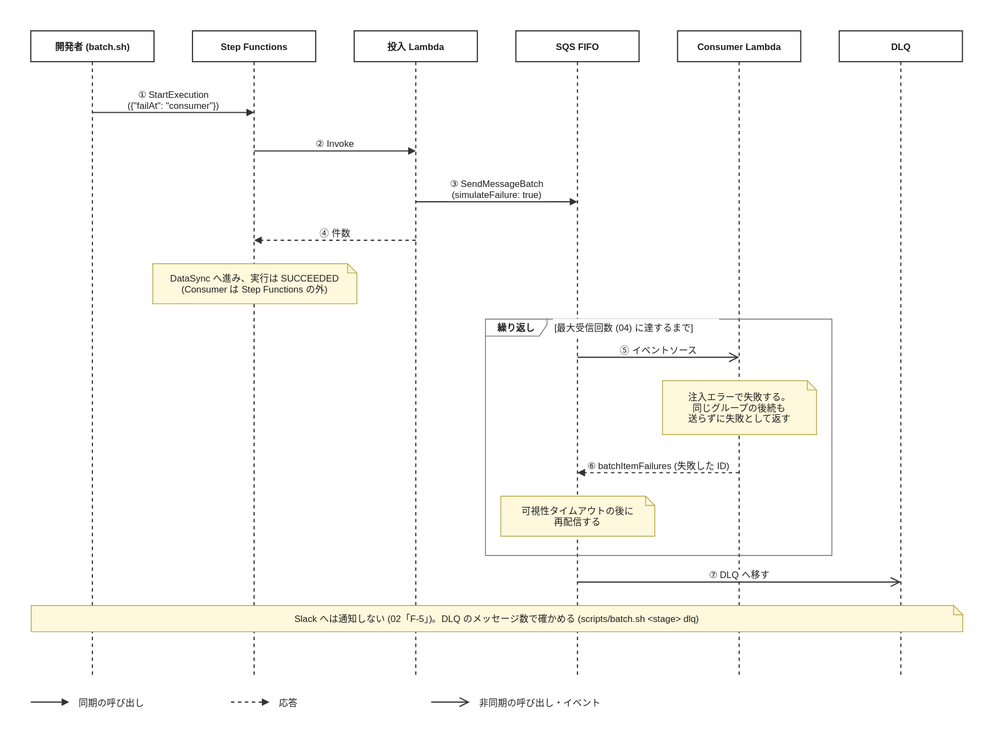
kojikawazu/serverless-practice-app keeps this draw.io diagram as docs/images/sequences/fail-consumer.drawio.svg. Above is the earlier version. Source tidied: cells renumbered, new cells last; positions are measured from the earlier drawing's top-left corner, leaving out a move shared by most shapes.
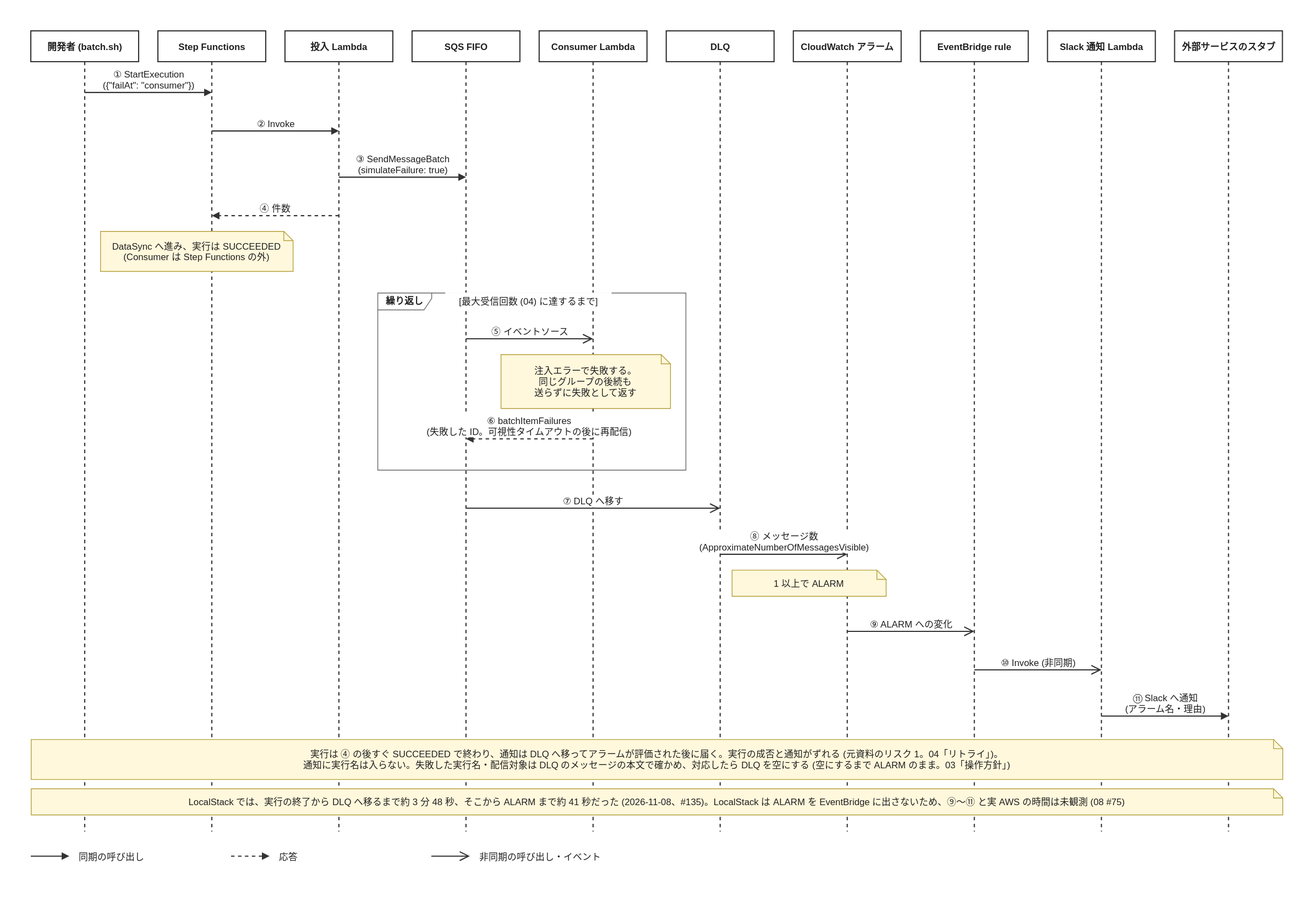
The same diagram one commit later.

What changed in the source:
```diff
@@ -3,91 +3,118 @@
     <mxCell id="0" />
     <mxCell id="1" parent="0" />
     <mxCell id="2" style="rounded=0;html=0;fillColor=none;strokeColor=none;" parent="1" vertex="1">
-      <mxGeometry width="1290" height="964" as="geometry" />
+      <mxGeometry width="1705" height="1164" as="geometry" />
     </mxCell>
     <mxCell id="3" value="開発者 (batch.sh)" style="shape=umlLifeline;perimeter=lifelinePerimeter;outlineConnect=0;portConstraint=eastwest;html=0;size=40;fillColor=#FFFFFF;strokeColor=#333333;strokeWidth=1.5;fontSize=12;fontColor=#1F1F1F;fontStyle=1;" parent="1" vertex="1">
-      <mxGeometry x="40" y="40" width="160" height="840" as="geometry" />
+      <mxGeometry x="40" y="40" width="140" height="1040" as="geometry" />
     </mxCell>
     <mxCell id="4" value="Step Functions" style="shape=umlLifeline;perimeter=lifelinePerimeter;outlineConnect=0;portConstraint=eastwest;html=0;size=40;fillColor=#FFFFFF;strokeColor=#333333;strokeWidth=1.5;fontSize=12;fontColor=#1F1F1F;fontStyle=1;" parent="1" vertex="1">
-      <mxGeometry x="250" y="40" width="160" height="840" as="geometry" />
+      <mxGeometry x="205" y="40" width="140" height="1040" as="geometry" />
     </mxCell>
     <mxCell id="5" value="投入 Lambda" style="shape=umlLifeline;perimeter=lifelinePerimeter;outlineConnect=0;portConstraint=eastwest;html=0;size=40;fillColor=#FFFFFF;strokeColor=#333333;strokeWidth=1.5;fontSize=12;fontColor=#1F1F1F;fontStyle=1;" parent="1" vertex="1">
-      <mxGeometry x="460" y="40" width="160" height="840" as="geometry" />
+      <mxGeometry x="370" y="40" width="140" height="1040" as="geometry" />
     </mxCell>
     <mxCell id="6" value="SQS FIFO" style="shape=umlLifeline;perimeter=lifelinePerimeter;outlineConnect=0;portConstraint=eastwest;html=0;size=40;fillColor=#FFFFFF;strokeColor=#333333;strokeWidth=1.5;fontSize=12;fontColor=#1F1F1F;fontStyle=1;" parent="1" vertex="1">
-      <mxGeometry x="670" y="40" width="160" height="840" as="geometry" />
+      <mxGeometry x="535" y="40" width="140" height="1040" as="geometry" />
     </mxCell>
     <mxCell id="7" value="Consumer Lambda" style="shape=umlLifeline;perimeter=lifelinePerimeter;outlineConnect=0;portConstraint=eastwest;html=0;size=40;fillColor=#FFFFFF;strokeColor=#333333;strokeWidth=1.5;fontSize=12;fontColor=#1F1F1F;fontStyle=1;" parent="1" vertex="1">
-      <mxGeometry x="880" y="40" width="160" height="840" as="geometry" />
+      <mxGeometry x="700" y="40" width="140" height="1040" as="geometry" />
     </mxCell>
     <mxCell id="8" value="DLQ" style="shape=umlLifeline;perimeter=lifelinePerimeter;outlineConnect=0;portConstraint=eastwest;html=0;size=40;fillColor=#FFFFFF;strokeColor=#333333;strokeWidth=1.5;fontSize=12;fontColor=#1F1F1F;fontStyle=1;" parent="1" vertex="1">
-      <mxGeometry x="1090" y="40" width="160" height="840" as="geometry" />
+      <mxGeometry x="865" y="40" width="140" height="1040" as="geometry" />
     </mxCell>
-    <mxCell id="9" value="繰り返し" style="shape=umlFrame;html=0;width=80;height=22;fillColor=none;strokeColor=#666666;strokeWidth=1;fontSize=12;fontColor=#1F1F1F;fontStyle=1;" parent="1" vertex="1">
-      <mxGeometry x="630" y="414" width="450" height="307" as="geometry" />
-    </mxCell>
-    <mxCell id="10" value="[最大受信回数 (04) に達するまで]" style="text;html=0;align=left;verticalAlign=middle;fontSize=12;fontColor=#1F1F1F;fillColor=#FFFFFF;" parent="1" vertex="1">
-      <mxGeometry x="718" y="414" width="216" height="22" as="geometry" />
-    </mxCell>
+    <mxCell id="28" value="CloudWatch アラーム" style="shape=umlLifeline;perimeter=lifelinePerimeter;outlineConnect=0;portConstraint=eastwest;html=0;size=40;fillColor=#FFFFFF;strokeColor=#333333;strokeWidth=1.5;fontSize=12;fontColor=#1F1F1F;fontStyle=1;" parent="1" vertex="1">
+      <mxGeometry x="1030" y="40" width="140" height="1040" as="geometry" />
+    </mxCell>
+    <mxCell id="29" value="EventBridge rule" style="shape=umlLifeline;perimeter=lifelinePerimeter;outlineConnect=0;portConstraint=eastwest;html=0;size=40;fillColor=#FFFFFF;strokeColor=#333333;strokeWidth=1.5;fontSize=12;fontColor=#1F1F1F;fontStyle=1;" parent="1" vertex="1">
+      <mxGeometry x="1195" y="40" width="140" height="1040" as="geometry" />
+    </mxCell>
+    <mxCell id="30" value="Slack 通知 Lambda" style="shape=umlLifeline;perimeter=lifelinePerimeter;outlineConnect=0;portConstraint=eastwest;html=0;size=40;fillColor=#FFFFFF;strokeColor=#333333;strokeWidth=1.5;fontSize=12;fontColor=#1F1F1F;fontStyle=1;" parent="1" vertex="1">
+      <mxGeometry x="1360" y="40" width="140" height="1040" as="geometry" />
+    </mxCell>
+    <mxCell id="31" value="外部サービスのスタブ" style="shape=umlLifeline;perimeter=lifelinePerimeter;outlineConnect=0;portConstraint=eastwest;html=0;size=40;fillColor=#FFFFFF;strokeColor=#333333;strokeWidth=1.5;fontSize=12;fontColor=#1F1F1F;fontStyle=1;" parent="1" vertex="1">
+      <mxGeometry x="1525" y="40" width="140" height="1040" as="geometry" />
+    </mxCell>
-    <mxCell id="11" value="① StartExecution&#10;({&quot;failAt&quot;: &quot;consumer&quot;})" style="html=0;rounded=0;strokeColor=#333333;strokeWidth=1.5;fontSize=12;fontColor=#1F1F1F;verticalAlign=bottom;labelBackgroundColor=#FFFFFF;endArrow=block;endFill=1;exitX=0.5;exitY=0.1262;exitPerimeter=0;entryX=0.5;entryY=0.1262;entryPerimeter=0;" parent="1" edge="1" source="3" target="4">
+    <mxCell id="11" value="① StartExecution&#10;({&quot;failAt&quot;: &quot;consumer&quot;})" style="html=0;rounded=0;strokeColor=#333333;strokeWidth=1.5;fontSize=12;fontColor=#1F1F1F;verticalAlign=bottom;labelBackgroundColor=#FFFFFF;endArrow=block;endFill=1;exitX=0.5;exitY=0.0769;exitPerimeter=0;entryX=0.5;entryY=0.0769;entryPerimeter=0;" parent="1" edge="1" source="3" target="4">
       <mxGeometry relative="1" as="geometry" />
     </mxCell>
-    <mxCell id="12" value="② Invoke" style="html=0;rounded=0;strokeColor=#333333;strokeWidth=1.5;fontSize=12;fontColor=#1F1F1F;verticalAlign=bottom;labelBackgroundColor=#FFFFFF;endArrow=block;endFill=1;exitX=0.5;exitY=0.1857;exitPerimeter=0;entryX=0.5;entryY=0.1857;entryPerimeter=0;" parent="1" edge="1" source="4" target="5">
+    <mxCell id="12" value="② Invoke" style="html=0;rounded=0;strokeColor=#333333;strokeWidth=1.5;fontSize=12;fontColor=#1F1F1F;verticalAlign=bottom;labelBackgroundColor=#FFFFFF;endArrow=block;endFill=1;exitX=0.5;exitY=0.125;exitPerimeter=0;entryX=0.5;entryY=0.125;entryPerimeter=0;" parent="1" edge="1" source="4" target="5">
       <mxGeometry relative="1" as="geometry" />
     </mxCell>
-    <mxCell id="13" value="③ SendMessageBatch&#10;(simulateFailure: true)" style="html=0;rounded=0;strokeColor=#333333;strokeWidth=1.5;fontSize=12;fontColor=#1F1F1F;verticalAlign=bottom;labelBackgroundColor=#FFFFFF;endArrow=block;endFill=1;exitX=0.5;exitY=0.2643;exitPerimeter=0;entryX=0.5;entryY=0.2643;entryPerimeter=0;" parent="1" edge="1" source="5" target="6">
+    <mxCell id="13" value="③ SendMessageBatch&#10;(simulateFailure: true)" style="html=0;rounded=0;strokeColor=#333333;strokeWidth=1.5;fontSize=12;fontColor=#1F1F1F;verticalAlign=bottom;labelBackgroundColor=#FFFFFF;endArrow=block;endFill=1;exitX=0.5;exitY=0.1827;exitPerimeter=0;entryX=0.5;entryY=0.1827;entryPerimeter=0;" parent="1" edge="1" source="5" target="6">
       <mxGeometry relative="1" as="geometry" />
     </mxCell>
-    <mxCell id="14" value="④ 件数" style="html=0;rounded=0;strokeColor=#333333;strokeWidth=1.5;fontSize=12;fontColor=#1F1F1F;verticalAlign=bottom;labelBackgroundColor=#FFFFFF;endArrow=block;endFill=1;dashed=1;exitX=0.5;exitY=0.3238;exitPerimeter=0;entryX=0.5;entryY=0.3238;entryPerimeter=0;" parent="1" edge="1" source="5" target="4">
+    <mxCell id="14" value="④ 件数" style="html=0;rounded=0;strokeColor=#333333;strokeWidth=1.5;fontSize=12;fontColor=#1F1F1F;verticalAlign=bottom;labelBackgroundColor=#FFFFFF;endArrow=block;endFill=1;dashed=1;exitX=0.5;exitY=0.2308;exitPerimeter=0;entryX=0.5;entryY=0.2308;entryPerimeter=0;" parent="1" edge="1" source="5" target="4">
       <mxGeometry relative="1" as="geometry" />
     </mxCell>
     <mxCell id="15" value="DataSync へ進み、実行は SUCCEEDED&#10;(Consumer は Step Functions の外)" style="shape=note;size=12;html=0;fillColor=#FFF8DC;strokeColor=#B59F3B;strokeWidth=1;fontSize=12;fontColor=#1F1F1F;align=center;verticalAlign=middle;spacingLeft=8;spacingRight=8;" parent="1" vertex="1">
-      <mxGeometry x="198" y="342" width="265" height="52" as="geometry" />
+      <mxGeometry x="130" y="300" width="250" height="52" as="geometry" />
     </mxCell>
-    <mxCell id="16" value="⑤ イベントソース" style="html=0;rounded=0;strokeColor=#333333;strokeWidth=1.5;fontSize=12;fontColor=#1F1F1F;verticalAlign=bottom;labelBackgroundColor=#FFFFFF;endArrow=open;endFill=0;endSize=10;exitX=0.5;exitY=0.5048;exitPerimeter=0;entryX=0.5;entryY=0.5048;entryPerimeter=0;" parent="1" edge="1" source="6" target="7">
-      <mxGeometry relative="1" as="geometry" />
-    </mxCell>
-    <mxCell id="17" value="注入エラーで失敗する。&#10;同じグループの後続も&#10;送らずに失敗として返す" style="shape=note;size=12;html=0;fillColor=#FFF8DC;strokeColor=#B59F3B;strokeWidth=1;fontSize=12;fontColor=#1F1F1F;align=center;verticalAlign=middle;spacingLeft=8;spacingRight=8;" parent="1" vertex="1">
-      <mxGeometry x="860" y="494" width="200" height="70" as="geometry" />
-    </mxCell>
+    <mxCell id="9" value="繰り返し" style="shape=umlFrame;whiteSpace=wrap;html=0;width=70;height=22;fillColor=none;strokeColor=#666666;strokeWidth=1;fontSize=12;fontColor=#1F1F1F;fontStyle=1;" parent="1" vertex="1">
+      <mxGeometry x="490" y="380" width="400" height="230" as="geometry" />
+    </mxCell>
+    <mxCell id="10" value="[最大受信回数 (04) に達するまで]" style="text;html=0;align=center;verticalAlign=middle;fillColor=#FFFFFF;fontSize=12;fontColor=#1F1F1F;" parent="1" vertex="1">
+      <mxGeometry x="578" y="380" width="216" height="22" as="geometry" />
+    </mxCell>
+    <mxCell id="20" value="⑤ イベントソース" style="html=0;rounded=0;strokeColor=#333333;strokeWidth=1.5;fontSize=12;fontColor=#1F1F1F;verticalAlign=bottom;labelBackgroundColor=#FFFFFF;endArrow=open;endFill=0;endSize=10;exitX=0.5;exitY=0.3846;exitPerimeter=0;entryX=0.5;entryY=0.3846;entryPerimeter=0;" parent="1" edge="1" source="6" target="7">
+      <mxGeometry relative="1" as="geometry" />
+    </mxCell>
+    <mxCell id="19" value="注入エラーで失敗する。&#10;同じグループの後続も&#10;送らずに失敗として返す" style="shape=note;size=12;html=0;fillColor=#FFF8DC;strokeColor=#B59F3B;strokeWidth=1;fontSize=12;fontColor=#1F1F1F;align=center;verticalAlign=middle;spacingLeft=8;spacingRight=8;" parent="1" vertex="1">
+      <mxGeometry x="650" y="460" width="220" height="70" as="geometry" />
+    </mxCell>
-    <mxCell id="18" value="⑥ batchItemFailures (失敗した ID)" style="html=0;rounded=0;strokeColor=#333333;strokeWidth=1.5;fontSize=12;fontColor=#1F1F1F;verticalAlign=bottom;labelBackgroundColor=#FFFFFF;endArrow=block;endFill=1;dashed=1;exitX=0.5;exitY=0.6833;exitPerimeter=0;entryX=0.5;entryY=0.6833;entryPerimeter=0;" parent="1" edge="1" source="7" target="6">
+    <mxCell id="18" value="⑥ batchItemFailures&#10;(失敗した ID。可視性タイムアウトの後に再配信)" style="html=0;rounded=0;strokeColor=#333333;strokeWidth=1.5;fontSize=12;fontColor=#1F1F1F;verticalAlign=bottom;labelBackgroundColor=#FFFFFF;endArrow=block;endFill=1;dashed=1;exitX=0.5;exitY=0.5096;exitPerimeter=0;entryX=0.5;entryY=0.5096;entryPerimeter=0;" parent="1" edge="1" source="7" target="6">
       <mxGeometry relative="1" as="geometry" />
     </mxCell>
-    <mxCell id="19" value="可視性タイムアウトの後に&#10;再配信する" style="shape=note;size=12;html=0;fillColor=#FFF8DC;strokeColor=#B59F3B;strokeWidth=1;fontSize=12;fontColor=#1F1F1F;align=center;verticalAlign=middle;spacingLeft=8;spacingRight=8;" parent="1" vertex="1">
-      <mxGeometry x="650" y="644" width="200" height="52" as="geometry" />
-    </mxCell>
-    <mxCell id="20" value="⑦ DLQ へ移す" style="html=0;rounded=0;strokeColor=#333333;strokeWidth=1.5;fontSize=12;fontColor=#1F1F1F;verticalAlign=bottom;labelBackgroundColor=#FFFFFF;endArrow=open;endFill=0;endSize=10;exitX=0.5;exitY=0.8524;exitPerimeter=0;entryX=0.5;entryY=0.8524;entryPerimeter=0;" parent="1" edge="1" source="6" target="8">
-      <mxGeometry relative="1" as="geometry" />
-    </mxCell>
-    <mxCell id="21" value="Slack へは通知しない (02「F-5」)。DLQ のメッセージ数で確かめる (scripts/batch.sh &lt;stage&gt; dlq)" style="shape=note;size=12;html=0;fillColor=#FFF8DC;strokeColor=#B59F3B;strokeWidth=1;fontSize=12;fontColor=#1F1F1F;align=center;verticalAlign=middle;spacingLeft=8;spacingRight=8;" parent="1" vertex="1">
-      <mxGeometry x="40" y="786" width="1210" height="34" as="geometry" />
-    </mxCell>
+    <mxCell id="32" value="⑦ DLQ へ移す" style="html=0;rounded=0;strokeColor=#333333;strokeWidth=1.5;fontSize=12;fontColor=#1F1F1F;verticalAlign=bottom;labelBackgroundColor=#FFFFFF;endArrow=open;endFill=0;endSize=10;exitX=0.5;exitY=0.5962;exitPerimeter=0;entryX=0.5;entryY=0.5962;entryPerimeter=0;" parent="1" edge="1" source="6" target="8">
+      <mxGeometry relative="1" as="geometry" />
+    </mxCell>
+    <mxCell id="33" value="⑧ メッセージ数&#10;(ApproximateNumberOfMessagesVisible)" style="html=0;rounded=0;strokeColor=#333333;strokeWidth=1.5;fontSize=12;fontColor=#1F1F1F;verticalAlign=bottom;labelBackgroundColor=#FFFFFF;endArrow=open;endFill=0;endSize=10;exitX=0.5;exitY=0.6538;exitPerimeter=0;entryX=0.5;entryY=0.6538;entryPerimeter=0;" parent="1" edge="1" source="8" target="28">
+      <mxGeometry relative="1" as="geometry" />
+    </mxCell>
+    <mxCell id="34" value="1 以上で ALARM" style="shape=note;size=12;html=0;fillColor=#FFF8DC;strokeColor=#B59F3B;strokeWidth=1;fontSize=12;fontColor=#1F1F1F;align=center;verticalAlign=middle;spacingLeft=8;spacingRight=8;" parent="1" vertex="1">
+      <mxGeometry x="950" y="740" width="200" height="34" as="geometry" />
+    </mxCell>
+    <mxCell id="35" value="⑨ ALARM への変化" style="html=0;rounded=0;strokeColor=#333333;strokeWidth=1.5;fontSize=12;fontColor=#1F1F1F;verticalAlign=bottom;labelBackgroundColor=#FFFFFF;endArrow=open;endFill=0;endSize=10;exitX=0.5;exitY=0.75;exitPerimeter=0;entryX=0.5;entryY=0.75;entryPerimeter=0;" parent="1" edge="1" source="28" target="29">
+      <mxGeometry relative="1" as="geometry" />
+    </mxCell>
+    <mxCell id="36" value="⑩ Invoke (非同期)" style="html=0;rounded=0;strokeColor=#333333;strokeWidth=1.5;fontSize=12;fontColor=#1F1F1F;verticalAlign=bottom;labelBackgroundColor=#FFFFFF;endArrow=open;endFill=0;endSize=10;exitX=0.5;exitY=0.7981;exitPerimeter=0;entryX=0.5;entryY=0.7981;entryPerimeter=0;" parent="1" edge="1" source="29" target="30">
+      <mxGeometry relative="1" as="geometry" />
+    </mxCell>
+    <mxCell id="37" value="⑪ Slack へ通知&#10;(アラーム名・理由)" style="html=0;rounded=0;strokeColor=#333333;strokeWidth=1.5;fontSize=12;fontColor=#1F1F1F;verticalAlign=bottom;labelBackgroundColor=#FFFFFF;endArrow=block;endFill=1;exitX=0.5;exitY=0.8558;exitPerimeter=0;entryX=0.5;entryY=0.8558;entryPerimeter=0;" parent="1" edge="1" source="30" target="31">
+      <mxGeometry relative="1" as="geometry" />
+    </mxCell>
+    <mxCell id="38" value="実行は ④ の後すぐ SUCCEEDED で終わり、通知は DLQ へ移ってアラームが評価された後に届く。実行の成否と通知がずれる (元資料のリスク 1。04「リトライ」)。&#10;通知に実行名は入らない。失敗した実行名・配信対象は DLQ のメッセージの本文で確かめ、対応したら DLQ を空にする (空にするまで ALARM のまま。03「操作方針」)" style="shape=note;size=12;html=0;fillColor=#FFF8DC;strokeColor=#B59F3B;strokeWidth=1;fontSize=12;fontColor=#1F1F1F;align=center;verticalAlign=middle;spacingLeft=8;spacingRight=8;" parent="1" vertex="1">
+      <mxGeometry x="40" y="960" width="1625" height="52" as="geometry" />
+    </mxCell>
+    <mxCell id="39" value="LocalStack では、実行の終了から DLQ へ移るまで約 3 分 48 秒、そこから ALARM まで約 41 秒だった (2026-11-08、#135)。LocalStack は ALARM を EventBridge に出さないため、⑨〜⑪ と実 AWS の時間は未観測 (08 #75)" style="shape=note;size=12;html=0;fillColor=#FFF8DC;strokeColor=#B59F3B;strokeWidth=1;fontSize=12;fontColor=#1F1F1F;align=center;verticalAlign=middle;spacingLeft=8;spacingRight=8;" parent="1" vertex="1">
+      <mxGeometry x="40" y="1024" width="1625" height="34" as="geometry" />
+    </mxCell>
     <mxCell id="22" style="html=0;rounded=0;strokeColor=#333333;strokeWidth=1.5;fontSize=12;fontColor=#1F1F1F;verticalAlign=bottom;labelBackgroundColor=#FFFFFF;endArrow=block;endFill=1;" parent="1" edge="1">
       <mxGeometry relative="1" as="geometry">
-        <mxPoint x="40" y="912" as="sourcePoint" />
-        <mxPoint x="90" y="912" as="targetPoint" />
+        <mxPoint x="40" y="1112" as="sourcePoint" />
+        <mxPoint x="90" y="1112" as="targetPoint" />
       </mxGeometry>
     </mxCell>
     <mxCell id="23" value="同期の呼び出し" style="text;html=0;align=left;verticalAlign=middle;fontSize=12;fontColor=#1F1F1F;" parent="1" vertex="1">
-      <mxGeometry x="100" y="900" width="190" height="24" as="geometry" />
+      <mxGeometry x="100" y="1100" width="190" height="24" as="geometry" />
     </mxCell>
     <mxCell id="24" style="html=0;rounded=0;strokeColor=#333333;strokeWidth=1.5;fontSize=12;fontColor=#1F1F1F;verticalAlign=bottom;labelBackgroundColor=#FFFFFF;endArrow=block;endFill=1;dashed=1;" parent="1" edge="1">
       <mxGeometry relative="1" as="geometry">
-        <mxPoint x="300" y="912" as="sourcePoint" />
-        <mxPoint x="350" y="912" as="targetPoint" />
+        <mxPoint x="300" y="1112" as="sourcePoint" />
+        <mxPoint x="350" y="1112" as="targetPoint" />
       </mxGeometry>
     </mxCell>
     <mxCell id="25" value="応答" style="text;html=0;align=left;verticalAlign=middle;fontSize=12;fontColor=#1F1F1F;" parent="1" vertex="1">
-      <mxGeometry x="360" y="900" width="190" height="24" as="geometry" />
+      <mxGeometry x="360" y="1100" width="190" height="24" as="geometry" />
     </mxCell>
     <mxCell id="26" style="html=0;rounded=0;strokeColor=#333333;strokeWidth=1.5;fontSize=12;fontColor=#1F1F1F;verticalAlign=bottom;labelBackgroundColor=#FFFFFF;endArrow=open;endFill=0;endSize=10;" parent="1" edge="1">
       <mxGeometry relative="1" as="geometry">
-        <mxPoint x="560" y="912" as="sourcePoint" />
-        <mxPoint x="610" y="912" as="targetPoint" />
+        <mxPoint x="560" y="1112" as="sourcePoint" />
+        <mxPoint x="610" y="1112" as="targetPoint" />
       </mxGeometry>
     </mxCell>
     <mxCell id="27" value="非同期の呼び出し・イベント" style="text;html=0;align=left;verticalAlign=middle;fontSize=12;fontColor=#1F1F1F;" parent="1" vertex="1">
-      <mxGeometry x="620" y="900" width="190" height="24" as="geometry" />
+      <mxGeometry x="620" y="1100" width="190" height="24" as="geometry" />
     </mxCell>
   </root>
 </mxGraphModel>
```
